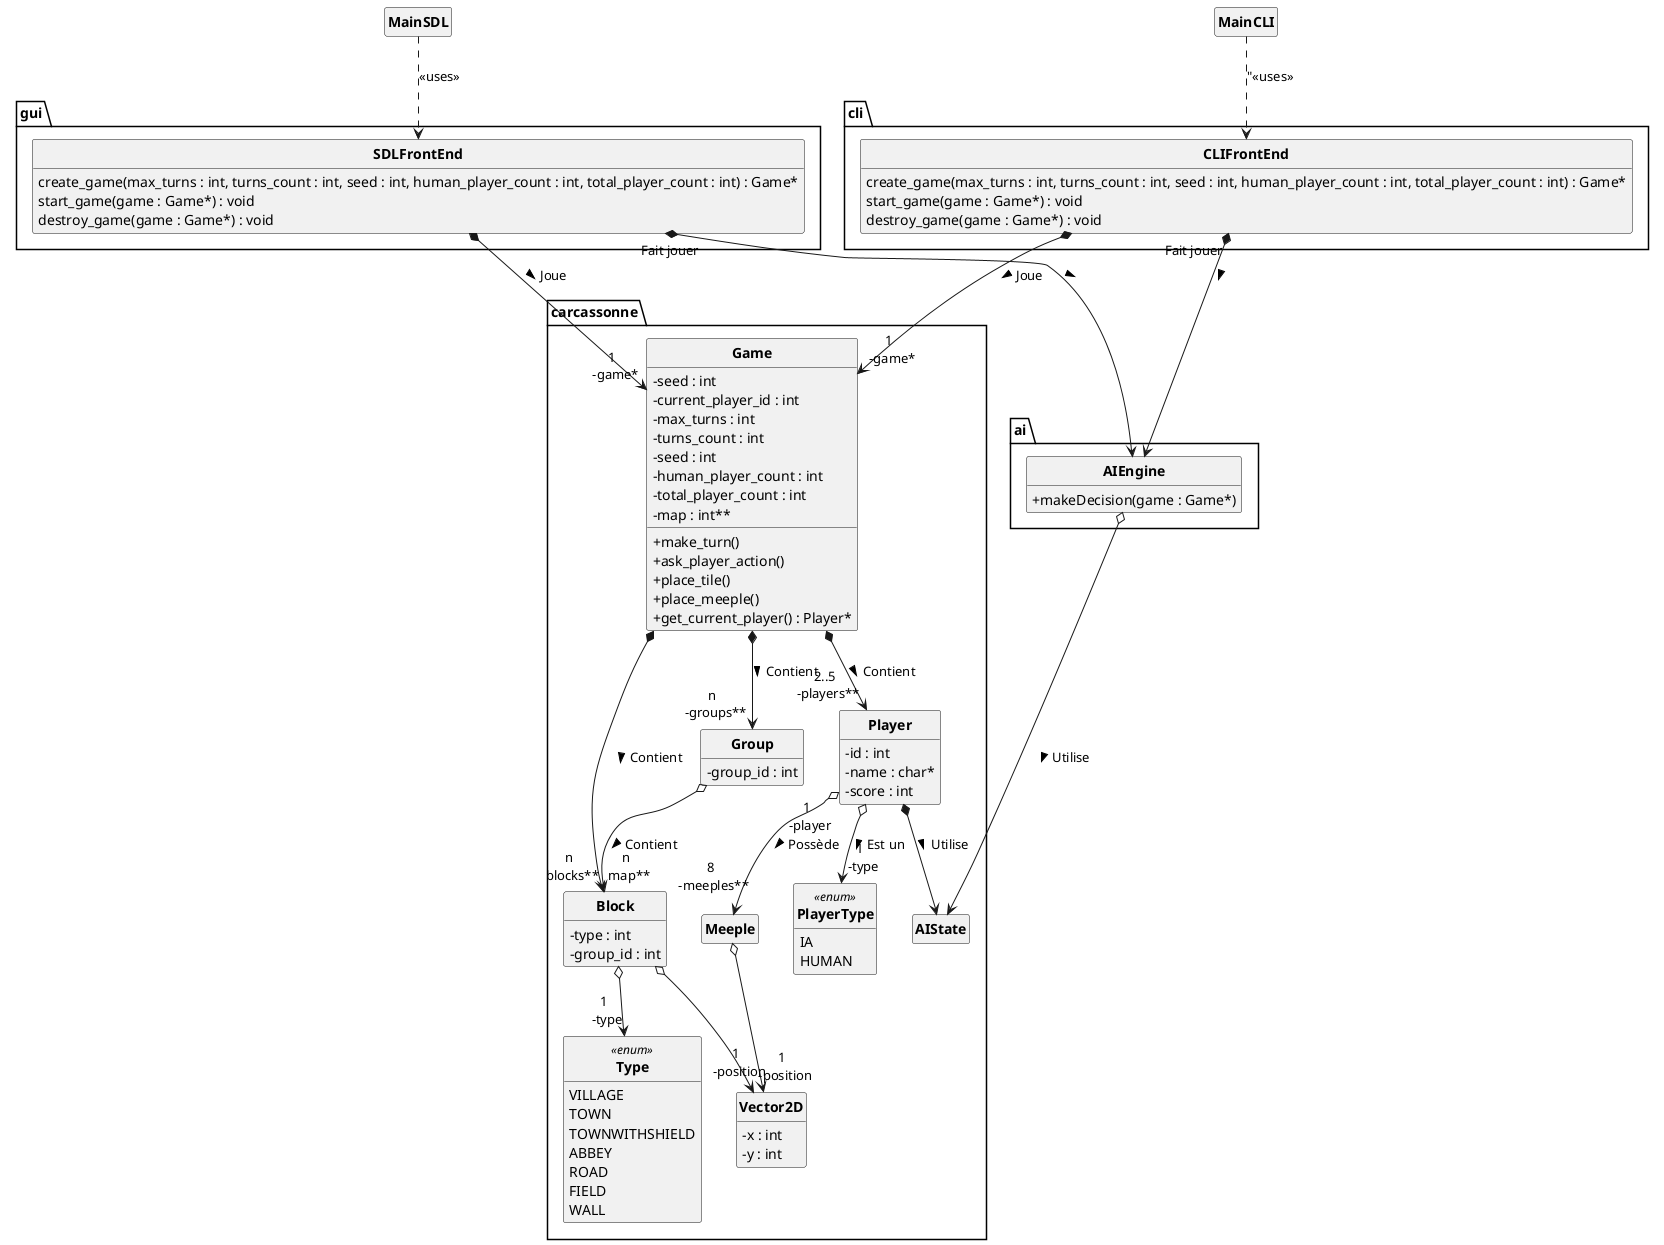
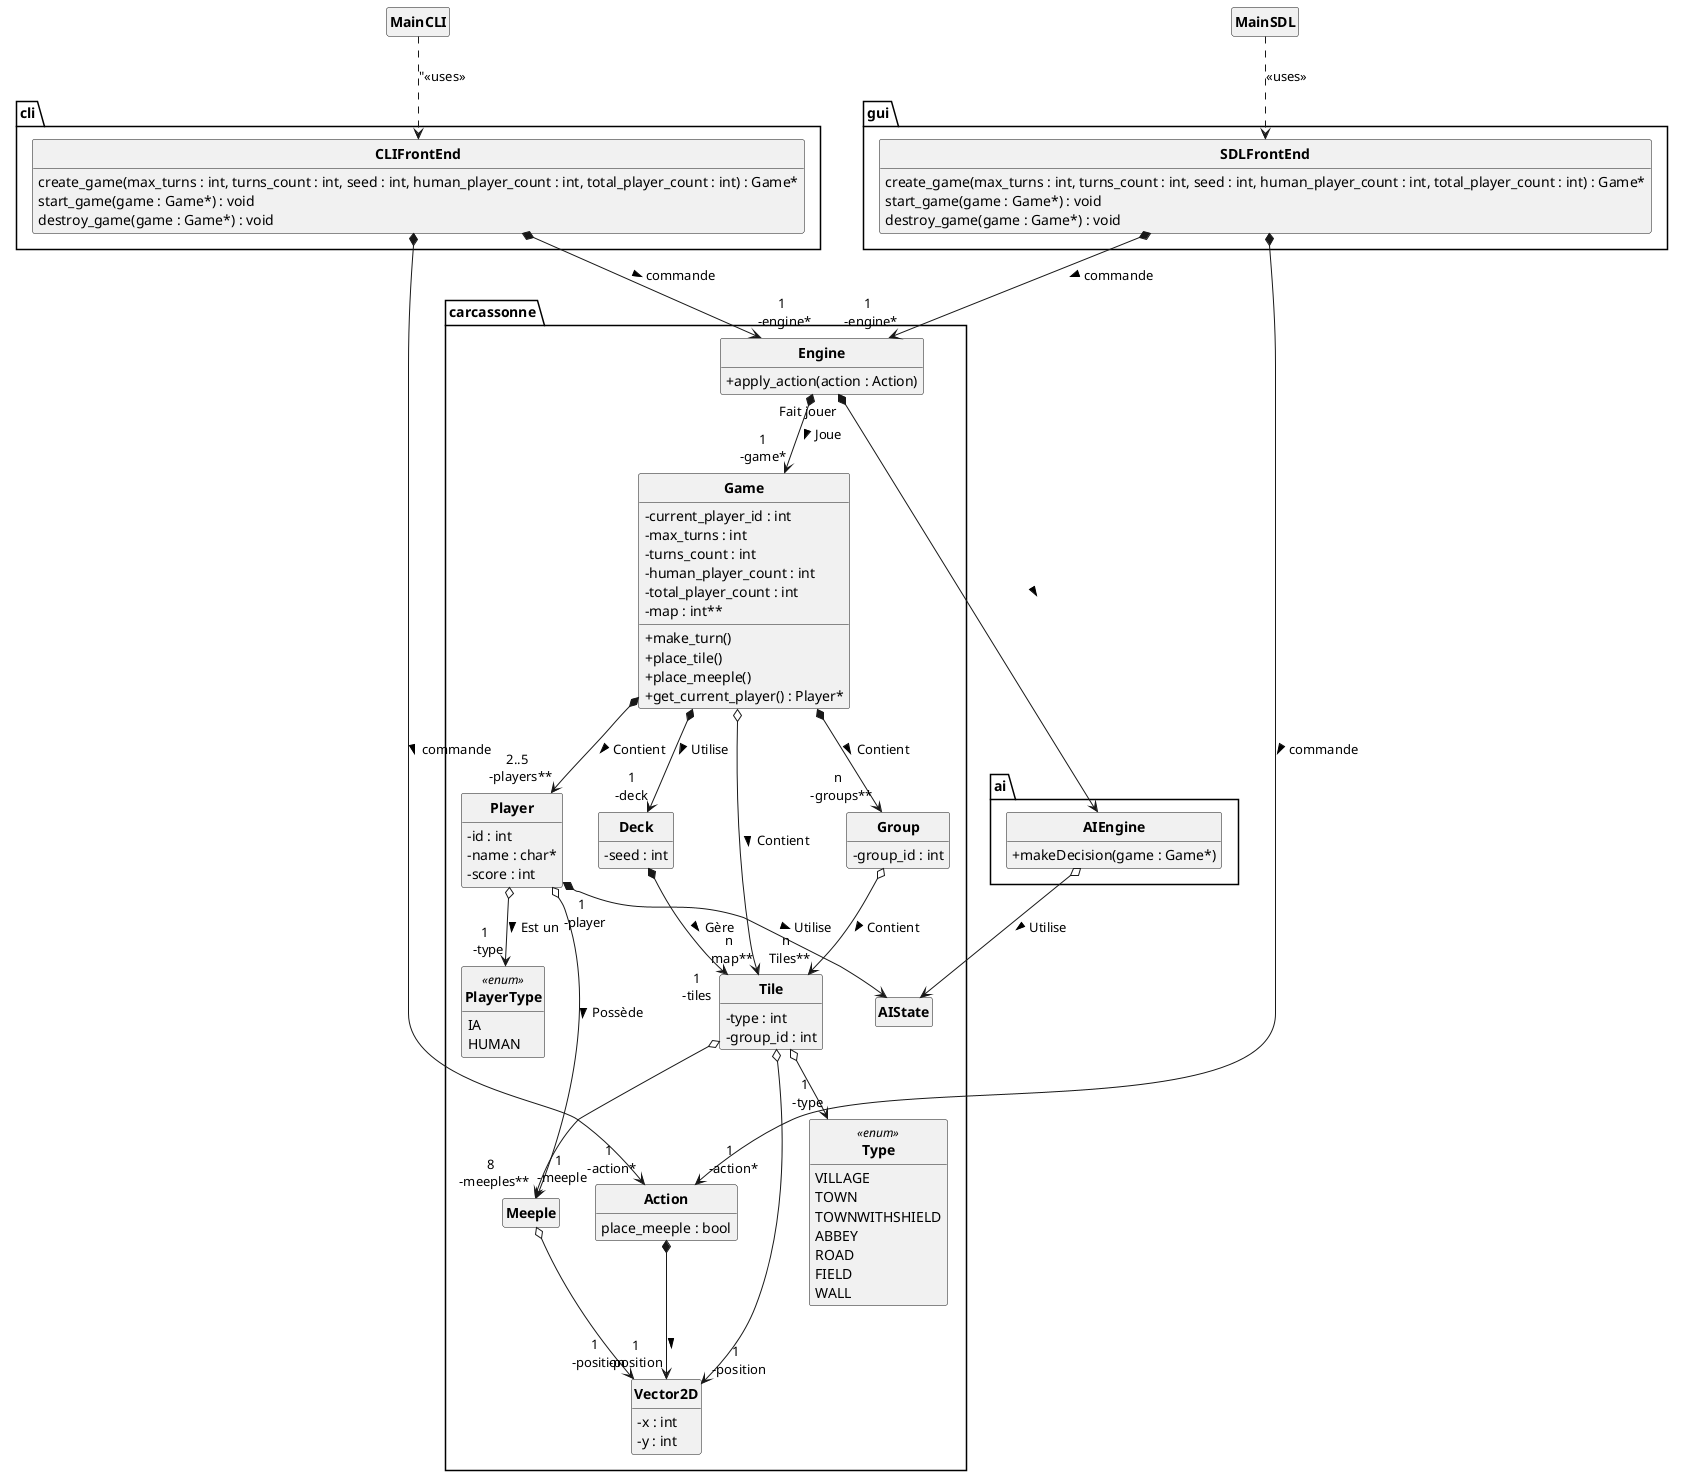
@startuml carcassonne

skinparam style strictuml
skinparam classAttributeIconSize 0
skinparam classFontStyle Bold
hide empty members

class carcassonne.Vector2D {
    - x : int
    - y : int
}

class carcassonne.Meeple {

}

class carcassonne.Player {
    - id : int
    - name : char*
    - score : int
}

enum carcassonne.Type <<enum>>{
    VILLAGE
    TOWN
    TOWNWITHSHIELD
    ABBEY
    ROAD
    FIELD
    WALL
}

enum carcassonne.PlayerType <<enum>>{
    IA
    HUMAN
}

- class carcassonne.Block {
+ class carcassonne.Tile {
    - type : int
    - group_id : int
}

class carcassonne.Group {
    - group_id : int
}

class carcassonne.Game {
-     - seed : int
    - current_player_id : int
    - max_turns : int
    - turns_count : int
-     - seed : int
    - human_player_count : int
    - total_player_count : int
    - map : int**
    + make_turn()
-     + ask_player_action()
    + place_tile()
    + place_meeple()
    + get_current_player() : Player*
+ }
+ 
+ class carcassonne.Engine{
+     + apply_action(action : Action)
+ }
+ 
+ class carcassonne.Action {
+     place_meeple : bool
}

class gui.SDLFrontEnd {
    create_game(max_turns : int, turns_count : int, seed : int, human_player_count : int, total_player_count : int) : Game*
    start_game(game : Game*) : void
    destroy_game(game : Game*) : void
}

class cli.CLIFrontEnd {
    create_game(max_turns : int, turns_count : int, seed : int, human_player_count : int, total_player_count : int) : Game*
    start_game(game : Game*) : void
    destroy_game(game : Game*) : void
}

class ai.AIEngine {
    + makeDecision(game : Game*)
}

class carcassonne.AIState {}

+ class carcassonne.Deck {
+     - seed : int
+ }
+ 
class MainCLI {}
class MainSDL {}

- Block o--> "1 \n -position" Vector2D
+ Tile o--> "1 \n -position" Vector2D
Meeple o--> "1 \n -position" Vector2D

Player "1 \n -player" o-d-> "8 \n -meeples**" Meeple : Possède >
Player  o-d-> "1 \n -type" PlayerType : Est un >

Game *--> "2..5 \n -players**" Player : Contient >
Game *--> "n \n -groups**" Group : Contient >
- Game *--> "n \n map**" Block : Contient >
- Group o--> "n \n blocks**" Block : Contient >
+ Game o--> "n \n map**" Tile : Contient >
+ Game *--> "1\n-deck" Deck : Utilise >
+ Group o--> "n \n Tiles**" Tile : Contient >

- Block o--> "1 \n -type" Type
+ Tile o--> "1 \n -type" Type
+ Tile o--> "1 \n -meeple" Meeple

- SDLFrontEnd *--> "1 \n -game*" Game : Joue >
- 
- CLIFrontEnd *--> AIEngine : "Fait jouer" >
- SDLFrontEnd *--> AIEngine : "Fait jouer" >
+ Engine *--> AIEngine : "Fait jouer" >
+ Engine *--> "1\n-game*" Game : Joue >

MainSDL ..> SDLFrontEnd  : "<<uses>>"

- CLIFrontEnd *--> "1 \n -game*" Game : Joue >
+ SDLFrontEnd *--> "1 \n -engine*" Engine : commande >
+ CLIFrontEnd *--> "1 \n -engine*" Engine : commande >
+ 
+ SDLFrontEnd *--> "1 \n -action*" Action : commande >
+ CLIFrontEnd *--> "1 \n -action*" Action : commande >
+ 
+ 
MainCLI ..> CLIFrontEnd  : "<<uses>>

Player *--> AIState : Utilise >
AIEngine o--> AIState : Utilise >

+ Action *--> "1\n-position" Vector2D : >
+ 
+ Deck *--> "1\n-tiles" Tile : Gère >
+ 
@enduml